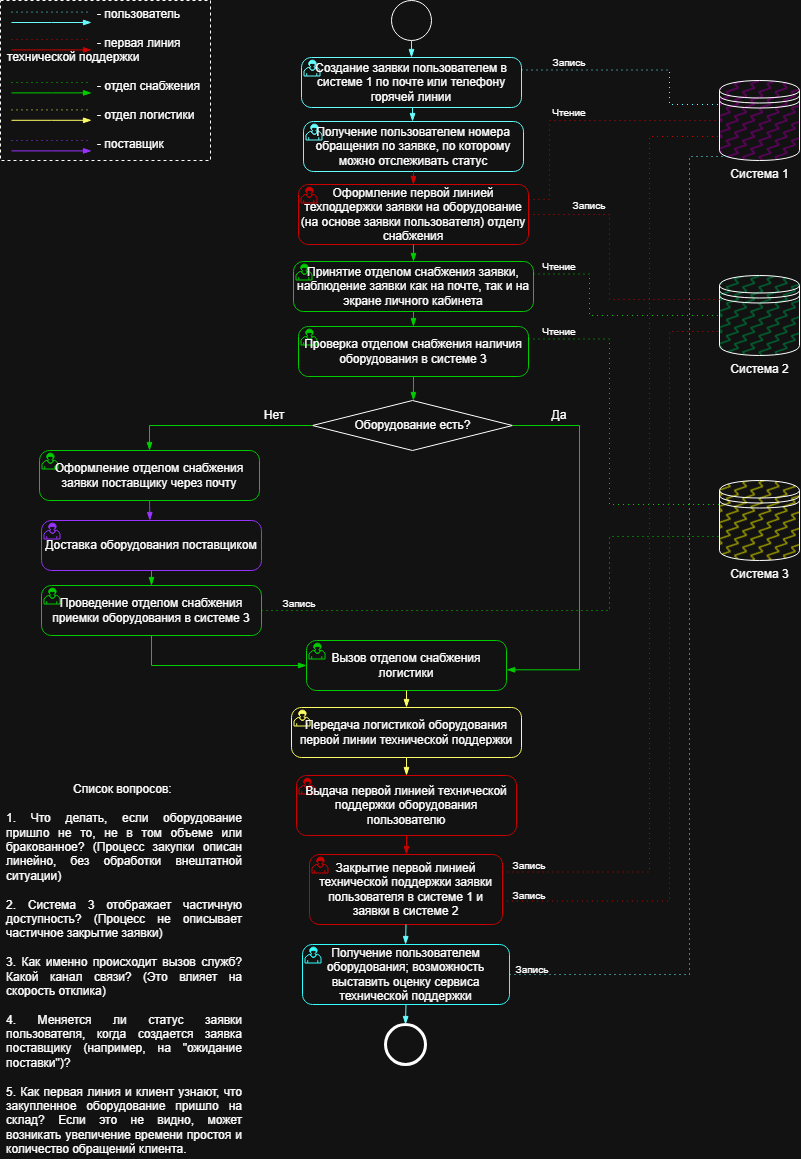
Before: Задание 1/Задание_1.drawio.png, a diagram exported from draw.io (ChristinaAristova/Test-assignment-for-the-Junior-Fullstack-Analyst-position). Source tidied: cells renumbered, new cells last; positions are measured from the earlier drawing's top-left corner, leaving out a move shared by most shapes.
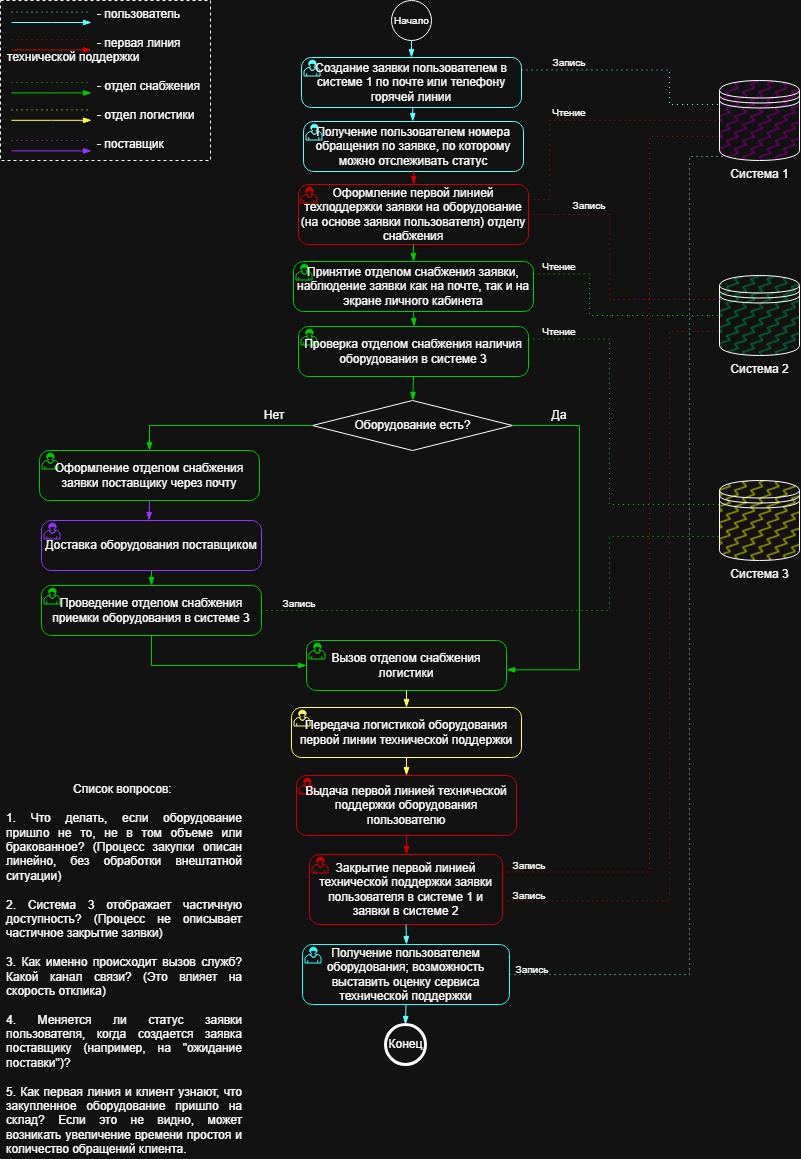
The same file after the commit.

The edit, as a diff of the source:
```diff
@@ -2,10 +2,10 @@
   <root>
     <mxCell id="0" />
     <mxCell id="1" parent="0" />
-    <mxCell id="2" style="points=[[0.145,0.145,0],[0.5,0,0],[0.855,0.145,0],[1,0.5,0],[0.855,0.855,0],[0.5,1,0],[0.145,0.855,0],[0,0.5,0]];shape=mxgraph.bpmn.event;html=1;verticalLabelPosition=bottom;labelBackgroundColor=#ffffff;verticalAlign=top;align=center;perimeter=ellipsePerimeter;outlineConnect=0;outline=standard;symbol=general;" parent="1" vertex="1">
+    <mxCell id="2" value="&lt;font style=&quot;font-size: 10px;&quot;&gt;Начало&lt;/font&gt;" style="points=[[0.145,0.145,0],[0.5,0,0],[0.855,0.145,0],[1,0.5,0],[0.855,0.855,0],[0.5,1,0],[0.145,0.855,0],[0,0.5,0]];shape=mxgraph.bpmn.event;html=1;verticalLabelPosition=middle;labelBackgroundColor=#ffffff;verticalAlign=middle;align=center;perimeter=ellipsePerimeter;outlineConnect=0;outline=standard;symbol=general;labelPosition=center;" parent="1" vertex="1">
       <mxGeometry x="391" width="40" height="40" as="geometry" />
     </mxCell>
-    <mxCell id="3" style="points=[[0.145,0.145,0],[0.5,0,0],[0.855,0.145,0],[1,0.5,0],[0.855,0.855,0],[0.5,1,0],[0.145,0.855,0],[0,0.5,0]];shape=mxgraph.bpmn.event;html=1;verticalLabelPosition=bottom;labelBackgroundColor=#ffffff;verticalAlign=top;align=center;perimeter=ellipsePerimeter;outlineConnect=0;outline=end;symbol=terminate2;" parent="1" vertex="1">
+    <mxCell id="3" value="Конец" style="points=[[0.145,0.145,0],[0.5,0,0],[0.855,0.145,0],[1,0.5,0],[0.855,0.855,0],[0.5,1,0],[0.145,0.855,0],[0,0.5,0]];shape=mxgraph.bpmn.event;html=1;verticalLabelPosition=middle;labelBackgroundColor=#ffffff;verticalAlign=middle;align=center;perimeter=ellipsePerimeter;outlineConnect=0;outline=end;symbol=terminate2;labelPosition=center;" parent="1" vertex="1">
       <mxGeometry x="385" y="1024" width="40" height="40" as="geometry" />
     </mxCell>
     <mxCell id="4" value="Создание заявки пользователем в системе 1 по почте или телефону горячей линии" style="points=[[0.25,0,0],[0.5,0,0],[0.75,0,0],[1,0.25,0],[1,0.5,0],[1,0.75,0],[0.75,1,0],[0.5,1,0],[0.25,1,0],[0,0.75,0],[0,0.5,0],[0,0.25,0]];shape=mxgraph.bpmn.task2;whiteSpace=wrap;rectStyle=rounded;size=10;html=1;taskMarker=user;strokeColor=light-dark(#000000,#66FFFF);" parent="1" vertex="1">
```
